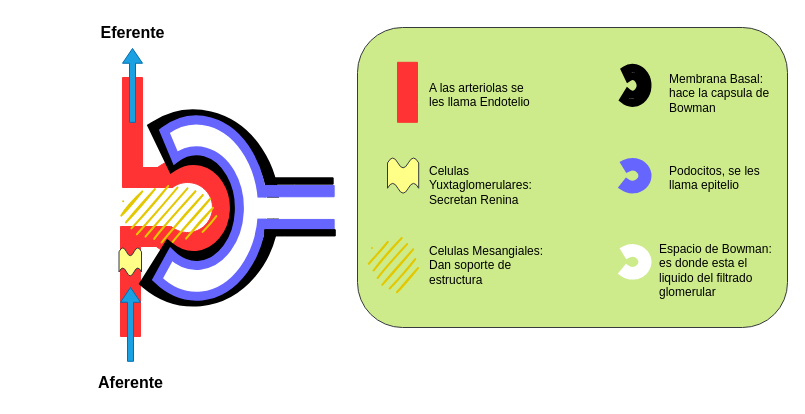
Earlier version of the draw.io diagram Nefro.drawio (Santicabal/Apuntes). Source tidied: cells renumbered, new cells numbered last; positions are measured from the earlier drawing's top-left corner, leaving out a move shared by most shapes. Both pictures are drawn from the tidied source at 100%, with x=0, y=0 at pixel (85, 17).
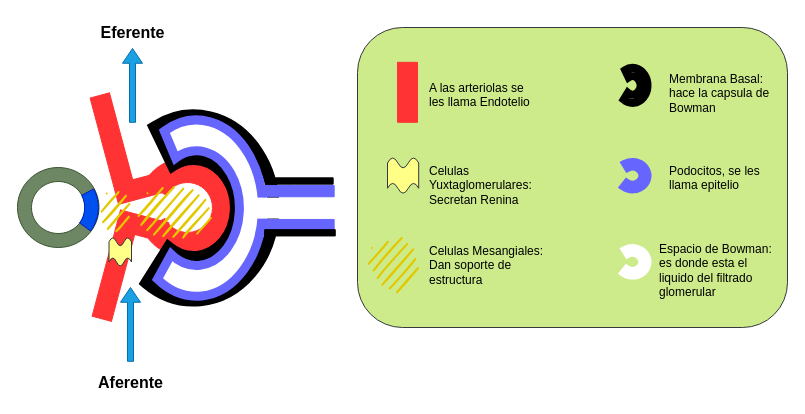
The same page after the edit.

Change to the diagram source:
```diff
@@
-    <mxCell id="3" style="verticalLabelPosition=bottom;verticalAlign=top;html=1;shape=mxgraph.basic.partConcEllipse;startAngle=0.14479171208028277;endAngle=0.8627813740139013;arcWidth=0.5;direction=north;fillColor=#FF3333;fontColor=#000000;strokeColor=#FF3333;" parent="1" vertex="1">
+    <mxCell id="3" style="verticalLabelPosition=bottom;verticalAlign=top;html=1;shape=mxgraph.basic.partConcEllipse;startAngle=0.08314308844585498;endAngle=0.9281490089052931;arcWidth=0.5;direction=north;fillColor=#FF3333;fontColor=#000000;strokeColor=#FF3333;" parent="1" vertex="1">
       <mxGeometry x="52" y="140" width="100" height="100" as="geometry" />
     </mxCell>
-    <mxCell id="4" style="shape=corner;whiteSpace=wrap;html=1;dx=20;dy=20;fillColor=#FF3333;fontColor=#000000;strokeColor=#FF3333;" parent="1" vertex="1">
-      <mxGeometry x="35" y="209" width="50" height="110" as="geometry" />
+    <mxCell id="4" style="shape=corner;whiteSpace=wrap;html=1;dx=20;dy=20;fillColor=#FF3333;fontColor=#000000;strokeColor=#FF3333;rotation=15;" parent="1" vertex="1">
+      <mxGeometry x="20" y="197" width="50" height="110" as="geometry" />
     </mxCell>
-    <mxCell id="5" style="shape=corner;whiteSpace=wrap;html=1;dx=20;dy=20;direction=north;fillColor=#FF3333;fontColor=#000000;strokeColor=#FF3333;" parent="1" vertex="1">
-      <mxGeometry x="37" y="60" width="50" height="110" as="geometry" />
+    <mxCell id="5" style="shape=corner;whiteSpace=wrap;html=1;dx=20;dy=20;direction=north;fillColor=#FF3333;fontColor=#000000;strokeColor=#FF3333;rotation=-15;" parent="1" vertex="1">
+      <mxGeometry x="18" y="72.2" width="50" height="110" as="geometry" />
     </mxCell>
     <mxCell id="6" style="ellipse;whiteSpace=wrap;html=1;strokeWidth=2;fillWeight=2;hachureGap=8;fillColor=#e3c800;fillStyle=dots;sketch=1;strokeColor=none;fontColor=#000000;" parent="1" vertex="1">
-      <mxGeometry x="32" y="163.8" width="100" height="60" as="geometry" />
+      <mxGeometry x="48" y="168" width="80" height="53.8" as="geometry" />
     </mxCell>
@@
     <mxCell id="13" style="verticalLabelPosition=bottom;verticalAlign=top;html=1;shape=mxgraph.basic.wave2;dy=0.3;fillColor=#ffff88;strokeColor=#36393d;" parent="1" vertex="1">
-      <mxGeometry x="33.5" y="230" width="22.5" height="28.8" as="geometry" />
+      <mxGeometry x="23.5" y="220" width="22.5" height="28.8" as="geometry" />
     </mxCell>
@@
+    <mxCell id="31" style="verticalLabelPosition=bottom;verticalAlign=top;html=1;shape=mxgraph.basic.donut;dx=14;fillColor=#6d8764;fontColor=#ffffff;strokeColor=#3A5431;" parent="1" vertex="1">
+      <mxGeometry x="-68" y="150" width="81.5" height="80" as="geometry" />
+    </mxCell>
+    <mxCell id="32" style="ellipse;whiteSpace=wrap;html=1;strokeWidth=2;fillWeight=2;hachureGap=8;fillColor=#e3c800;fillStyle=dots;sketch=1;strokeColor=none;fontColor=#000000;" parent="1" vertex="1">
+      <mxGeometry x="13.9" y="171.9" width="31.1" height="42" as="geometry" />
+    </mxCell>
+    <mxCell id="33" style="verticalLabelPosition=bottom;verticalAlign=top;html=1;shape=mxgraph.basic.partConcEllipse;startAngle=0.9232747917136791;endAngle=0.1;arcWidth=0.34;direction=south;fillColor=#0050ef;strokeColor=#001DBC;fontColor=#ffffff;" parent="1" vertex="1">
+      <mxGeometry x="-67.2" y="150" width="80" height="80" as="geometry" />
+    </mxCell>
```
